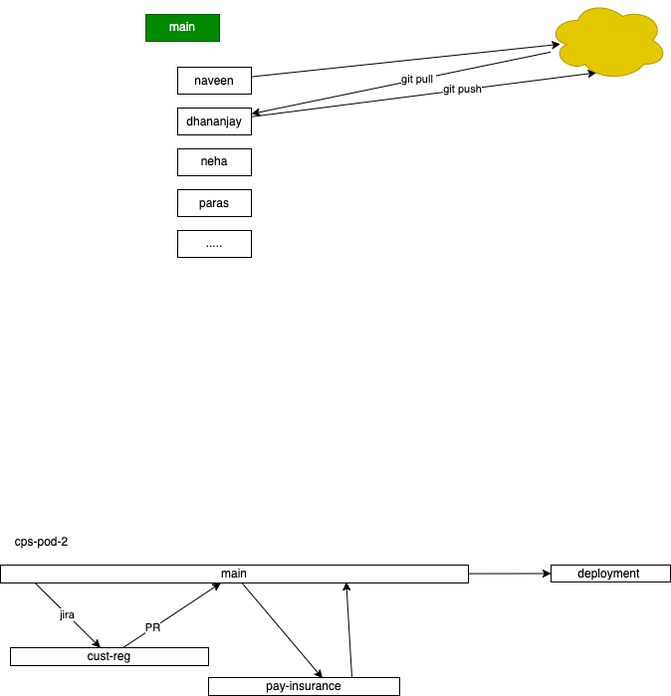
adithnaveen/sapient-asde-mar-2024 keeps this draw.io diagram as images/day4.drawio.png. Above is the earlier version. Source tidied: cells renumbered, new cells last; positions are measured from the earlier drawing's top-left corner, leaving out a move shared by most shapes.
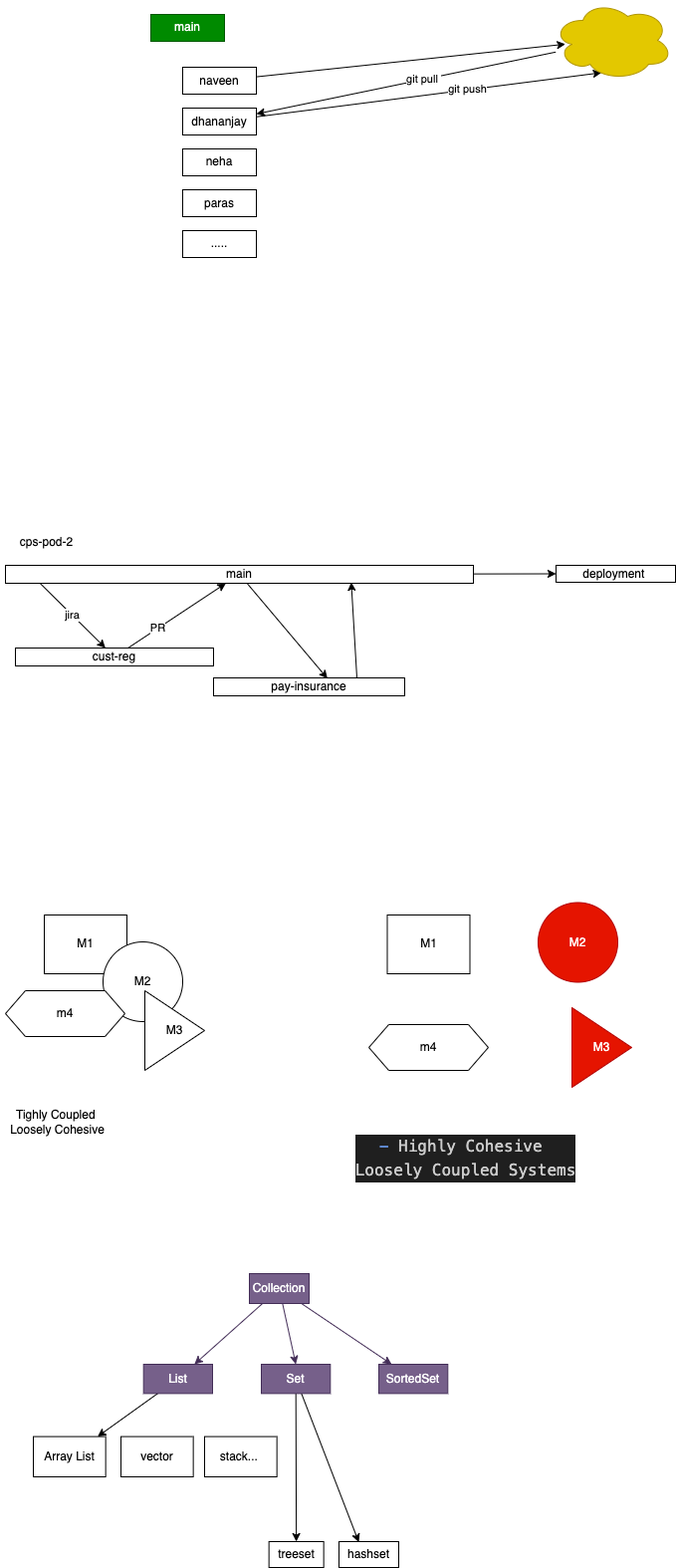
The same file after the commit.

Diff of the diagram source:
```diff
@@ -71,5 +71,80 @@
     <mxCell id="24" value="deployment&amp;nbsp;" style="rounded=0;whiteSpace=wrap;html=1;" parent="1" vertex="1">
       <mxGeometry x="553" y="567" width="120" height="17" as="geometry" />
     </mxCell>
+    <mxCell id="25" value="M1" style="rounded=0;whiteSpace=wrap;html=1;" parent="1" vertex="1">
+      <mxGeometry x="39" y="918" width="83" height="59" as="geometry" />
+    </mxCell>
+    <mxCell id="26" value="M2" style="ellipse;whiteSpace=wrap;html=1;" parent="1" vertex="1">
+      <mxGeometry x="98" y="945" width="80" height="80" as="geometry" />
+    </mxCell>
+    <mxCell id="27" value="M3" style="triangle;whiteSpace=wrap;html=1;" parent="1" vertex="1">
+      <mxGeometry x="140" y="994" width="60" height="80" as="geometry" />
+    </mxCell>
+    <mxCell id="28" value="m4" style="shape=hexagon;perimeter=hexagonPerimeter2;whiteSpace=wrap;html=1;fixedSize=1;" parent="1" vertex="1">
+      <mxGeometry y="994" width="120" height="46" as="geometry" />
+    </mxCell>
+    <mxCell id="29" value="Tighly Coupled&amp;nbsp;&lt;br&gt;Loosely Cohesive" style="text;html=1;align=center;verticalAlign=middle;strokeColor=none;fillColor=none;" parent="1" vertex="1">
+      <mxGeometry x="-5" y="1105" width="113" height="41" as="geometry" />
+    </mxCell>
+    <mxCell id="30" value="M1" style="rounded=0;whiteSpace=wrap;html=1;" parent="1" vertex="1">
+      <mxGeometry x="383.5" y="918" width="83" height="59" as="geometry" />
+    </mxCell>
+    <mxCell id="31" value="M2" style="ellipse;whiteSpace=wrap;html=1;fillColor=#e51400;fontColor=#ffffff;strokeColor=#B20000;" parent="1" vertex="1">
+      <mxGeometry x="535" y="905.5" width="80" height="80" as="geometry" />
+    </mxCell>
+    <mxCell id="32" value="M3" style="triangle;whiteSpace=wrap;html=1;fillColor=#e51400;fontColor=#ffffff;strokeColor=#B20000;" parent="1" vertex="1">
+      <mxGeometry x="569" y="1011" width="60" height="80" as="geometry" />
+    </mxCell>
+    <mxCell id="33" value="m4" style="shape=hexagon;perimeter=hexagonPerimeter2;whiteSpace=wrap;html=1;fixedSize=1;" parent="1" vertex="1">
+      <mxGeometry x="365" y="1028" width="120" height="46" as="geometry" />
+    </mxCell>
+    <mxCell id="34" value="&lt;div style=&quot;color: rgb(204, 204, 204); background-color: rgb(31, 31, 31); font-family: Menlo, Monaco, &amp;quot;Courier New&amp;quot;, monospace; font-weight: normal; font-size: 16px; line-height: 24px;&quot;&gt;&lt;div&gt;&lt;span style=&quot;color: #6796e6;&quot;&gt;-&lt;/span&gt;&lt;span style=&quot;color: #cccccc;&quot;&gt; Highly Cohesive&amp;nbsp;&lt;/span&gt;&lt;/div&gt;&lt;div&gt;&lt;span style=&quot;color: #cccccc;&quot;&gt;Loosely Coupled Systems&lt;/span&gt;&lt;/div&gt;&lt;/div&gt;" style="text;html=1;align=center;verticalAlign=middle;strokeColor=none;fillColor=none;" parent="1" vertex="1">
+      <mxGeometry x="342" y="1132" width="240" height="60" as="geometry" />
+    </mxCell>
+    <mxCell id="35" style="edgeStyle=none;html=1;fillColor=#76608a;strokeColor=#432D57;" parent="1" edge="1" source="38" target="40">
+      <mxGeometry relative="1" as="geometry" />
+    </mxCell>
+    <mxCell id="36" style="edgeStyle=none;html=1;entryX=0.5;entryY=0;entryDx=0;entryDy=0;fillColor=#76608a;strokeColor=#432D57;" parent="1" edge="1" source="38" target="43">
+      <mxGeometry relative="1" as="geometry" />
+    </mxCell>
+    <mxCell id="37" style="edgeStyle=none;html=1;fillColor=#76608a;strokeColor=#432D57;" parent="1" edge="1" source="38" target="44">
+      <mxGeometry relative="1" as="geometry" />
+    </mxCell>
+    <mxCell id="38" value="Collection" style="text;html=1;strokeColor=#432D57;fillColor=#76608a;align=center;verticalAlign=middle;whiteSpace=wrap;rounded=0;fontColor=#ffffff;" parent="1" vertex="1">
+      <mxGeometry x="245" y="1278" width="60" height="30" as="geometry" />
+    </mxCell>
+    <mxCell id="39" style="edgeStyle=none;html=1;" parent="1" edge="1" source="40" target="45">
+      <mxGeometry relative="1" as="geometry" />
+    </mxCell>
+    <mxCell id="40" value="List" style="rounded=0;whiteSpace=wrap;html=1;fillColor=#76608a;fontColor=#ffffff;strokeColor=#432D57;" parent="1" vertex="1">
+      <mxGeometry x="138.7" y="1369" width="69.3" height="29.4" as="geometry" />
+    </mxCell>
+    <mxCell id="41" style="edgeStyle=none;html=1;" parent="1" edge="1" source="43" target="48">
+      <mxGeometry relative="1" as="geometry" />
+    </mxCell>
+    <mxCell id="42" style="edgeStyle=none;html=1;entryX=0.332;entryY=0.023;entryDx=0;entryDy=0;entryPerimeter=0;" parent="1" edge="1" source="43" target="49">
+      <mxGeometry relative="1" as="geometry" />
+    </mxCell>
+    <mxCell id="43" value="Set" style="rounded=0;whiteSpace=wrap;html=1;fillColor=#76608a;fontColor=#ffffff;strokeColor=#432D57;" parent="1" vertex="1">
+      <mxGeometry x="257" y="1369" width="69.3" height="29.4" as="geometry" />
+    </mxCell>
+    <mxCell id="44" value="SortedSet" style="rounded=0;whiteSpace=wrap;html=1;fillColor=#76608a;fontColor=#ffffff;strokeColor=#432D57;" parent="1" vertex="1">
+      <mxGeometry x="375" y="1369" width="69.3" height="29.4" as="geometry" />
+    </mxCell>
+    <mxCell id="45" value="Array List" style="rounded=0;whiteSpace=wrap;html=1;" parent="1" vertex="1">
+      <mxGeometry x="28" y="1441.6" width="72.7" height="40.4" as="geometry" />
+    </mxCell>
+    <mxCell id="46" value="vector" style="rounded=0;whiteSpace=wrap;html=1;" parent="1" vertex="1">
+      <mxGeometry x="116" y="1441.6" width="72.7" height="40.4" as="geometry" />
+    </mxCell>
+    <mxCell id="47" value="stack...&amp;nbsp;" style="rounded=0;whiteSpace=wrap;html=1;" parent="1" vertex="1">
+      <mxGeometry x="200" y="1441.6" width="72.7" height="40.4" as="geometry" />
+    </mxCell>
+    <mxCell id="48" value="treeset" style="rounded=0;whiteSpace=wrap;html=1;" parent="1" vertex="1">
+      <mxGeometry x="264.7" y="1547" width="55" height="26" as="geometry" />
+    </mxCell>
+    <mxCell id="49" value="hashset" style="rounded=0;whiteSpace=wrap;html=1;" parent="1" vertex="1">
+      <mxGeometry x="335" y="1547" width="60" height="26" as="geometry" />
+    </mxCell>
   </root>
 </mxGraphModel>
```
